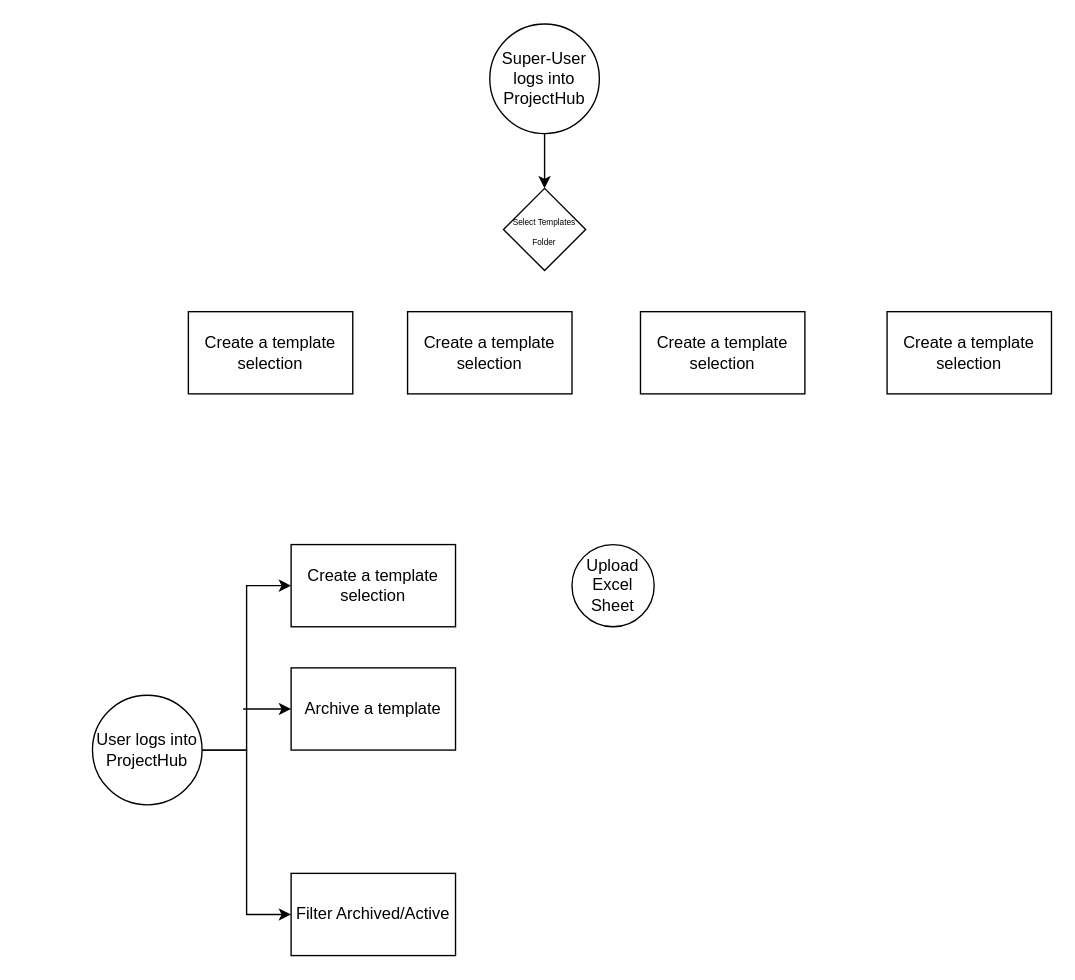
Earlier version of the draw.io diagram page "ProjectHub Template" (6 of 7) of Nintex Workflow Cloud.drawio (ednat14/edna). Source tidied: cells renumbered, new cells numbered last; positions are measured from the earlier drawing's top-left corner, leaving out a move shared by most shapes. Both pictures are drawn from the tidied source at 137%, with x=0, y=0 at pixel (92, 23).
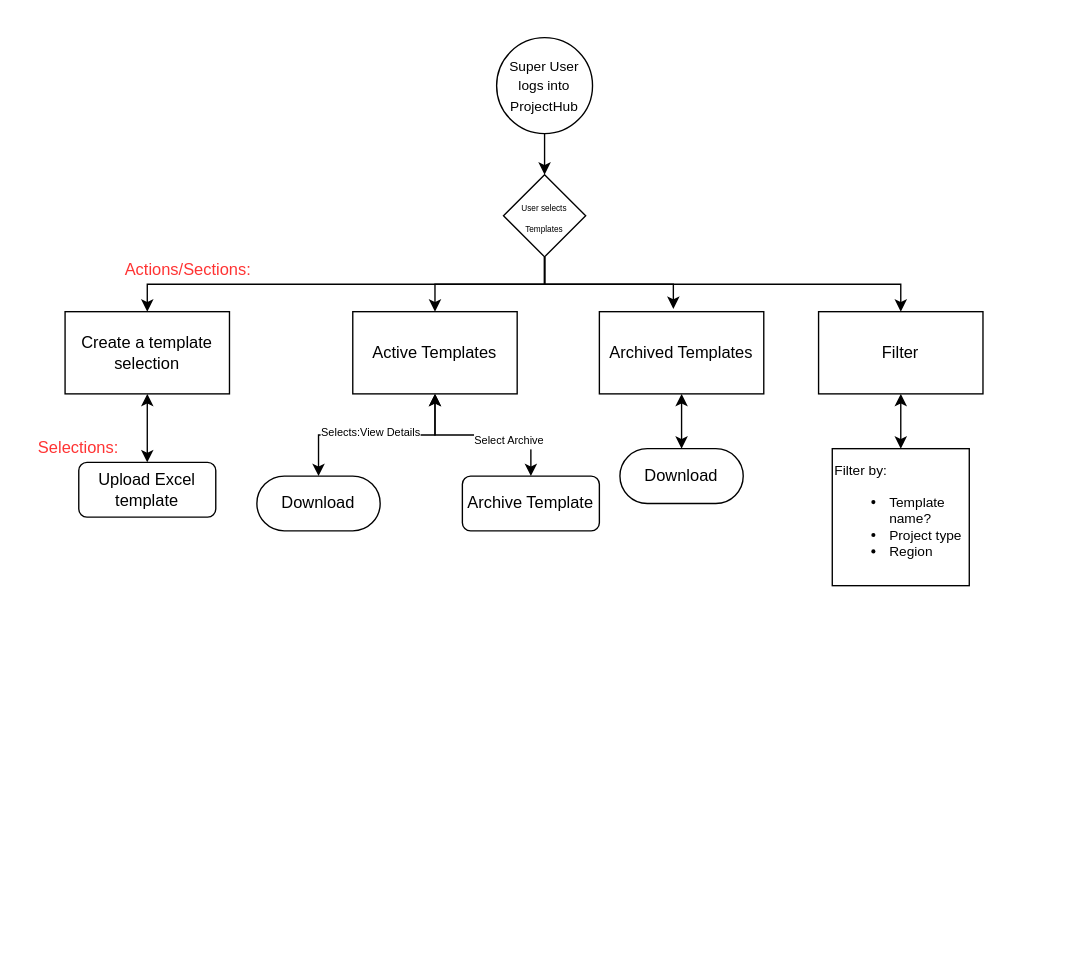
Above is the later version.

The edit, as a diff of the source:
```diff
@@
-    <mxCell id="2" style="edgeStyle=orthogonalEdgeStyle;rounded=0;jettySize=auto;html=1;entryX=0;entryY=0.5;entryDx=0;entryDy=0;" parent="1" edge="1" source="4" target="5">
-      <mxGeometry relative="1" as="geometry" />
-    </mxCell>
-    <mxCell id="3" style="edgeStyle=orthogonalEdgeStyle;rounded=0;jettySize=auto;html=1;exitX=1;exitY=0.5;exitDx=0;exitDy=0;entryX=0;entryY=0.5;entryDx=0;entryDy=0;" parent="1" edge="1" source="4" target="6">
-      <mxGeometry relative="1" as="geometry" />
-    </mxCell>
-    <mxCell id="4" value="User logs into ProjectHub" style="ellipse;whiteSpace=wrap;html=1;" parent="1" vertex="1">
-      <mxGeometry y="490" width="80" height="80" as="geometry" />
-    </mxCell>
-    <mxCell id="5" value="Create a template selection" style="rounded=0;whiteSpace=wrap;html=1;" parent="1" vertex="1">
-      <mxGeometry x="145" y="380" width="120" height="60" as="geometry" />
-    </mxCell>
-    <mxCell id="6" value="Filter Archived/Active" style="rounded=0;whiteSpace=wrap;html=1;" parent="1" vertex="1">
-      <mxGeometry x="145" y="620" width="120" height="60" as="geometry" />
-    </mxCell>
-    <mxCell id="7" value="Upload Excel Sheet" style="ellipse;whiteSpace=wrap;html=1;" parent="1" vertex="1">
-      <mxGeometry x="350" y="380" width="60" height="60" as="geometry" />
-    </mxCell>
-    <mxCell id="8" style="edgeStyle=orthogonalEdgeStyle;rounded=0;jettySize=auto;html=1;endArrow=none;endFill=0;startArrow=classic;startFill=1;" parent="1" edge="1" source="9">
-      <mxGeometry relative="1" as="geometry">
-        <mxPoint x="110" y="500" as="targetPoint" />
-      </mxGeometry>
-    </mxCell>
-    <mxCell id="9" value="Archive a template" style="rounded=0;whiteSpace=wrap;html=1;" parent="1" vertex="1">
-      <mxGeometry x="145" y="470" width="120" height="60" as="geometry" />
-    </mxCell>
@@
-    <mxCell id="11" value="Super-User logs into ProjectHub" style="ellipse;whiteSpace=wrap;html=1;" parent="1" vertex="1">
-      <mxGeometry x="290" width="80" height="80" as="geometry" />
+    <mxCell id="11" value="&lt;font style=&quot;font-size: 10px&quot;&gt;Super User logs into ProjectHub&lt;/font&gt;" style="ellipse;whiteSpace=wrap;html=1;" parent="1" vertex="1">
+      <mxGeometry x="295" y="10" width="70" height="70" as="geometry" />
     </mxCell>
+    <mxCell id="17" style="edgeStyle=orthogonalEdgeStyle;rounded=0;jettySize=auto;html=1;exitX=0.5;exitY=1;exitDx=0;exitDy=0;entryX=0.5;entryY=0;entryDx=0;entryDy=0;" parent="1" edge="1" source="12" target="13">
+      <mxGeometry relative="1" as="geometry" />
+    </mxCell>
+    <mxCell id="18" style="edgeStyle=orthogonalEdgeStyle;rounded=0;jettySize=auto;html=1;exitX=0.5;exitY=1;exitDx=0;exitDy=0;entryX=0.45;entryY=-0.033;entryDx=0;entryDy=0;entryPerimeter=0;startArrow=none;startFill=0;endArrow=classic;endFill=1;" parent="1" edge="1" source="12" target="15">
+      <mxGeometry relative="1" as="geometry" />
+    </mxCell>
+    <mxCell id="19" style="edgeStyle=orthogonalEdgeStyle;rounded=0;jettySize=auto;html=1;exitX=0.5;exitY=1;exitDx=0;exitDy=0;entryX=0.5;entryY=0;entryDx=0;entryDy=0;startArrow=none;startFill=0;endArrow=classic;endFill=1;" parent="1" edge="1" source="12" target="16">
+      <mxGeometry relative="1" as="geometry" />
+    </mxCell>
-    <mxCell id="12" value="&lt;font style=&quot;font-size: 6px&quot;&gt;Select Templates Folder&lt;/font&gt;" style="rhombus;whiteSpace=wrap;html=1;" parent="1" vertex="1">
-      <mxGeometry x="300" y="120" width="60" height="60" as="geometry" />
+    <mxCell id="12" value="&lt;font style=&quot;font-size: 6px&quot;&gt;User selects Templates&lt;/font&gt;" style="rhombus;whiteSpace=wrap;html=1;" parent="1" vertex="1">
+      <mxGeometry x="300" y="110" width="60" height="60" as="geometry" />
     </mxCell>
+    <mxCell id="20" style="edgeStyle=orthogonalEdgeStyle;rounded=0;jettySize=auto;html=1;exitX=0.5;exitY=1;exitDx=0;exitDy=0;entryX=0.5;entryY=0;entryDx=0;entryDy=0;startArrow=classic;startFill=1;endArrow=classic;endFill=1;" parent="1" edge="1" source="13" target="32">
+      <mxGeometry relative="1" as="geometry" />
+    </mxCell>
     <mxCell id="13" value="Create a template selection" style="rounded=0;whiteSpace=wrap;html=1;" parent="1" vertex="1">
-      <mxGeometry x="70" y="210" width="120" height="60" as="geometry" />
+      <mxGeometry x="-20" y="210" width="120" height="60" as="geometry" />
     </mxCell>
+    <mxCell id="21" style="edgeStyle=orthogonalEdgeStyle;rounded=0;jettySize=auto;html=1;exitX=0.5;exitY=0;exitDx=0;exitDy=0;entryX=0.5;entryY=1;entryDx=0;entryDy=0;endArrow=none;endFill=0;startArrow=classic;startFill=1;" parent="1" edge="1" source="14" target="12">
+      <mxGeometry relative="1" as="geometry" />
+    </mxCell>
+    <mxCell id="22" style="edgeStyle=orthogonalEdgeStyle;rounded=0;jettySize=auto;html=1;exitX=0.5;exitY=1;exitDx=0;exitDy=0;entryX=0.5;entryY=0;entryDx=0;entryDy=0;startArrow=classic;startFill=1;endArrow=classic;endFill=1;" parent="1" edge="1" source="14" target="30">
+      <mxGeometry relative="1" as="geometry" />
+    </mxCell>
+    <mxCell id="23" value="&lt;font style=&quot;font-size: 8px&quot;&gt;Selects:View Details&lt;/font&gt;" style="text;html=1;align=center;verticalAlign=middle;labelBackgroundColor=#ffffff;" parent="22" vertex="1">
+      <mxGeometry x="0.07" y="-4" relative="1" as="geometry" />
+    </mxCell>
+    <mxCell id="24" style="edgeStyle=orthogonalEdgeStyle;rounded=0;jettySize=auto;html=1;exitX=0.5;exitY=1;exitDx=0;exitDy=0;entryX=0.5;entryY=0;entryDx=0;entryDy=0;startArrow=classic;startFill=1;endArrow=classic;endFill=1;" parent="1" edge="1" source="14" target="31">
+      <mxGeometry relative="1" as="geometry" />
+    </mxCell>
+    <mxCell id="25" value="&lt;font style=&quot;font-size: 8px&quot;&gt;Select Archive&lt;/font&gt;" style="text;html=1;align=center;verticalAlign=middle;labelBackgroundColor=#ffffff;" parent="24" vertex="1">
+      <mxGeometry x="0.27" y="-2" relative="1" as="geometry" />
+    </mxCell>
-    <mxCell id="14" value="Create a template selection" style="rounded=0;whiteSpace=wrap;html=1;" parent="1" vertex="1">
-      <mxGeometry x="230" y="210" width="120" height="60" as="geometry" />
+    <mxCell id="14" value="Active Templates" style="rounded=0;whiteSpace=wrap;html=1;" parent="1" vertex="1">
+      <mxGeometry x="190" y="210" width="120" height="60" as="geometry" />
     </mxCell>
+    <mxCell id="26" style="edgeStyle=orthogonalEdgeStyle;rounded=0;jettySize=auto;html=1;exitX=0.5;exitY=1;exitDx=0;exitDy=0;entryX=0.5;entryY=0;entryDx=0;entryDy=0;startArrow=classic;startFill=1;endArrow=classic;endFill=1;" parent="1" edge="1" source="15" target="33">
+      <mxGeometry relative="1" as="geometry" />
+    </mxCell>
-    <mxCell id="15" value="Create a template selection" style="rounded=0;whiteSpace=wrap;html=1;" parent="1" vertex="1">
-      <mxGeometry x="400" y="210" width="120" height="60" as="geometry" />
+    <mxCell id="15" value="Archived Templates" style="rounded=0;whiteSpace=wrap;html=1;" parent="1" vertex="1">
+      <mxGeometry x="370" y="210" width="120" height="60" as="geometry" />
     </mxCell>
+    <mxCell id="27" style="edgeStyle=orthogonalEdgeStyle;rounded=0;jettySize=auto;html=1;exitX=0.5;exitY=1;exitDx=0;exitDy=0;entryX=0.5;entryY=0;entryDx=0;entryDy=0;startArrow=classic;startFill=1;endArrow=classic;endFill=1;" parent="1" edge="1" source="16" target="29">
+      <mxGeometry relative="1" as="geometry" />
+    </mxCell>
-    <mxCell id="16" value="Create a template selection" style="rounded=0;whiteSpace=wrap;html=1;" parent="1" vertex="1">
-      <mxGeometry x="580" y="210" width="120" height="60" as="geometry" />
+    <mxCell id="16" value="Filter" style="rounded=0;whiteSpace=wrap;html=1;" parent="1" vertex="1">
+      <mxGeometry x="530" y="210" width="120" height="60" as="geometry" />
     </mxCell>
+    <mxCell id="28" value="&lt;font color=&quot;#ff3333&quot;&gt;Actions/Sections:&lt;/font&gt;" style="text;html=1;strokeColor=none;fillColor=none;align=center;verticalAlign=middle;whiteSpace=wrap;rounded=0;" parent="1" vertex="1">
+      <mxGeometry x="30" y="170" width="80" height="20" as="geometry" />
+    </mxCell>
+    <mxCell id="29" value="&lt;font style=&quot;font-size: 10px&quot;&gt;Filter by:&lt;br&gt;&lt;/font&gt;&lt;ul style=&quot;font-size: 10px&quot;&gt;&lt;li&gt;&lt;font style=&quot;font-size: 10px&quot;&gt;Template name?&lt;/font&gt;&lt;/li&gt;&lt;li&gt;&lt;font style=&quot;font-size: 10px&quot;&gt;Project type&lt;/font&gt;&lt;/li&gt;&lt;li&gt;&lt;font style=&quot;font-size: 10px&quot;&gt;Region&lt;/font&gt;&lt;/li&gt;&lt;/ul&gt;" style="whiteSpace=wrap;html=1;align=left;" parent="1" vertex="1">
+      <mxGeometry x="540" y="310" width="100" height="100" as="geometry" />
+    </mxCell>
+    <mxCell id="30" value="Download" style="rounded=1;whiteSpace=wrap;html=1;arcSize=50;" parent="1" vertex="1">
+      <mxGeometry x="120" y="330" width="90" height="40" as="geometry" />
+    </mxCell>
+    <mxCell id="31" value="Archive Template" style="rounded=1;whiteSpace=wrap;html=1;" parent="1" vertex="1">
+      <mxGeometry x="270" y="330" width="100" height="40" as="geometry" />
+    </mxCell>
+    <mxCell id="32" value="Upload Excel template" style="rounded=1;whiteSpace=wrap;html=1;" parent="1" vertex="1">
+      <mxGeometry x="-10" y="320" width="100" height="40" as="geometry" />
+    </mxCell>
+    <mxCell id="33" value="Download" style="rounded=1;whiteSpace=wrap;html=1;arcSize=50;" parent="1" vertex="1">
+      <mxGeometry x="385" y="310" width="90" height="40" as="geometry" />
+    </mxCell>
+    <mxCell id="34" value="&lt;font color=&quot;#ff3333&quot;&gt;Selections:&lt;/font&gt;" style="text;html=1;strokeColor=none;fillColor=none;align=center;verticalAlign=middle;whiteSpace=wrap;rounded=0;" parent="1" vertex="1">
+      <mxGeometry x="-50" y="300" width="80" height="20" as="geometry" />
+    </mxCell>
```
